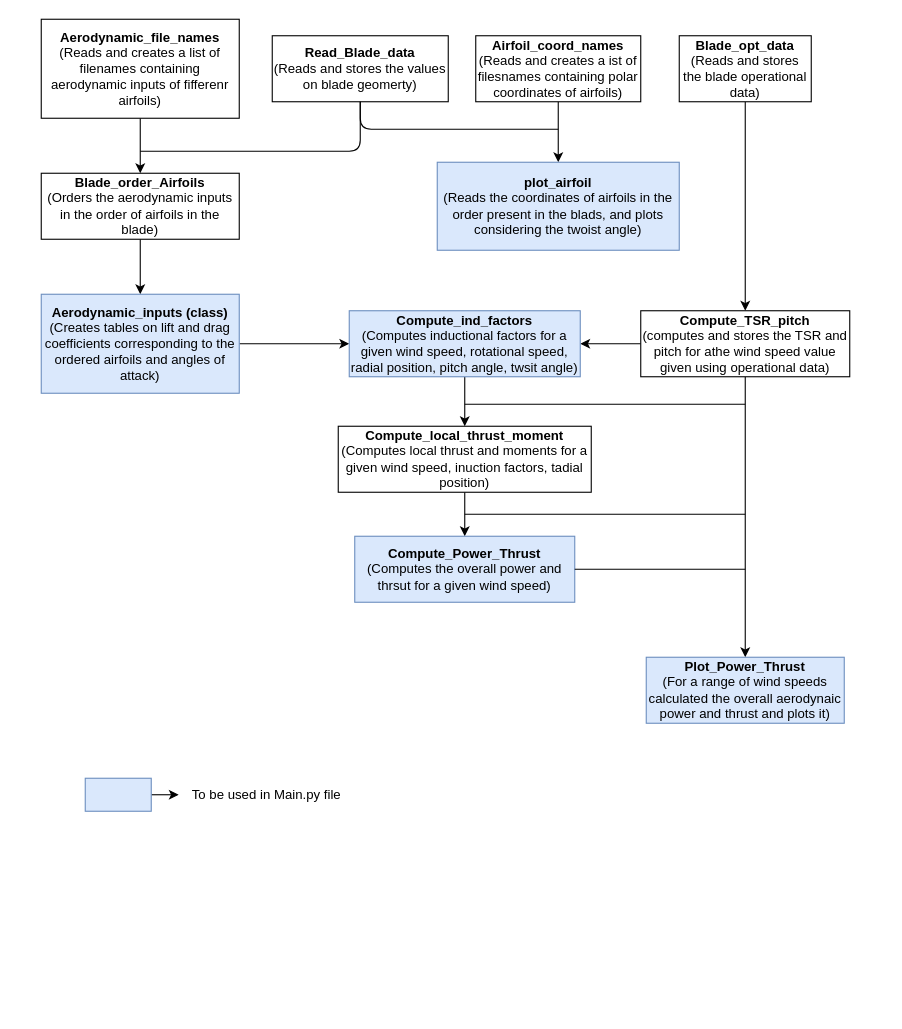
DTUWindEducation/final-project-lightning_mcteam keeps this draw.io diagram as Rough_draft.drawio. Above is the earlier version. Source tidied: cells renumbered, new cells numbered last; positions are measured from the earlier drawing's top-left corner, leaving out a move shared by most shapes. Both pictures are drawn from the tidied source at 110%, with x=0, y=0 at pixel (41, 19).
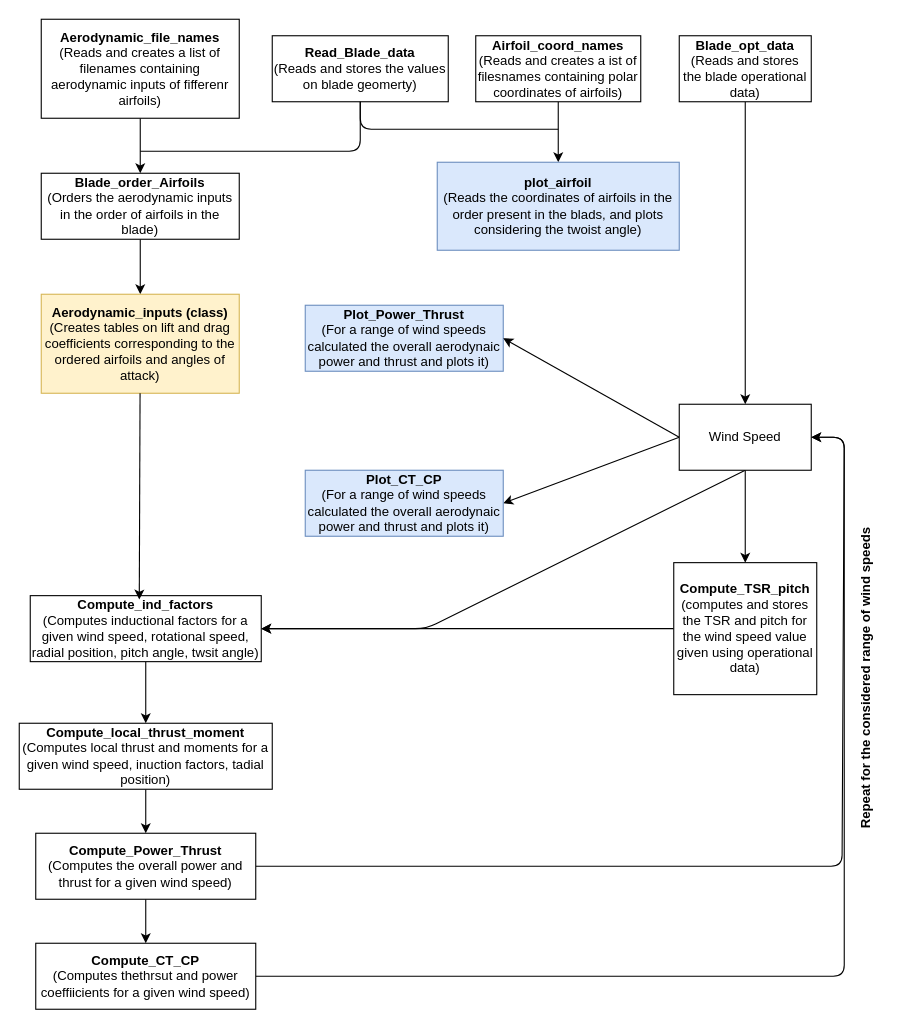
Above is the later version.

Commit message (it also covers changes not shown here):
Added functions, to calculate and plot power, thrust and their coefficients, changed the function for calculation of induction parameters, and changed the flowchart

The change refers to these unchanged cells:
```xml
<mxCell id="13" value="&lt;b&gt;Blade_opt_data&lt;/b&gt;&lt;div&gt;(Reads and stores the blade operational data)&lt;/div&gt;" style="rounded=0;whiteSpace=wrap;html=1;" parent="1" vertex="1">
  <mxGeometry x="580" y="15" width="120" height="60" as="geometry" />
</mxCell>
```

What changed in the source:
```diff
@@
-    <mxCell id="7" style="edgeStyle=none;html=1;exitX=1;exitY=0.5;exitDx=0;exitDy=0;entryX=0;entryY=0.5;entryDx=0;entryDy=0;" parent="1" edge="1" source="8" target="18">
-      <mxGeometry relative="1" as="geometry" />
-    </mxCell>
-    <mxCell id="8" value="&lt;b&gt;Aerodynamic_inputs (class)&lt;/b&gt;&lt;div&gt;(Creates tables on lift and drag coefficients corresponding to the ordered airfoils and angles of attack)&lt;/div&gt;" style="rounded=0;whiteSpace=wrap;html=1;fillColor=#dae8fc;strokeColor=#6c8ebf;" parent="1" vertex="1">
+    <mxCell id="8" value="&lt;b&gt;Aerodynamic_inputs (class)&lt;/b&gt;&lt;div&gt;(Creates tables on lift and drag coefficients corresponding to the ordered airfoils and angles of attack)&lt;/div&gt;" style="rounded=0;whiteSpace=wrap;html=1;fillColor=#fff2cc;strokeColor=#d6b656;" parent="1" vertex="1">
       <mxGeometry y="250" width="180" height="90" as="geometry" />
     </mxCell>
@@
-    <mxCell id="12" style="edgeStyle=none;html=1;exitX=0.5;exitY=1;exitDx=0;exitDy=0;entryX=0.5;entryY=0;entryDx=0;entryDy=0;" parent="1" edge="1" source="13" target="16">
+    <mxCell id="12" style="edgeStyle=none;html=1;exitX=0.5;exitY=1;exitDx=0;exitDy=0;entryX=0.5;entryY=0;entryDx=0;entryDy=0;" parent="1" edge="1" source="37" target="16">
       <mxGeometry relative="1" as="geometry" />
     </mxCell>
+    <mxCell id="31" style="edgeStyle=none;html=1;entryX=0.5;entryY=0;entryDx=0;entryDy=0;" parent="1" edge="1" source="13" target="37">
+      <mxGeometry relative="1" as="geometry">
+        <Array as="points">
+          <mxPoint x="640" y="240" />
+        </Array>
+      </mxGeometry>
+    </mxCell>
@@
-    <mxCell id="15" style="edgeStyle=none;html=1;exitX=0.5;exitY=1;exitDx=0;exitDy=0;entryX=0.5;entryY=0;entryDx=0;entryDy=0;" parent="1" edge="1" source="16" target="22">
-      <mxGeometry relative="1" as="geometry" />
-    </mxCell>
-    <mxCell id="16" value="&lt;b&gt;Compute_TSR_pitch&lt;/b&gt;&lt;div&gt;(computes and stores the TSR and pitch for athe wind speed value given using operational data)&lt;/div&gt;" style="rounded=0;whiteSpace=wrap;html=1;" parent="1" vertex="1">
-      <mxGeometry x="545" y="265" width="190" height="60" as="geometry" />
+    <mxCell id="16" value="&lt;b&gt;Compute_TSR_pitch&lt;/b&gt;&lt;div&gt;(computes and stores the TSR and pitch for the wind speed value given using operational data)&lt;/div&gt;" style="rounded=0;whiteSpace=wrap;html=1;" parent="1" vertex="1">
+      <mxGeometry x="575" y="494" width="130" height="120" as="geometry" />
     </mxCell>
@@
-    <mxCell id="18" value="&lt;b&gt;Compute_ind_factors&lt;/b&gt;&lt;div&gt;(Computes inductional factors for a given wind speed, rotational speed, radial position, pitch angle, twsit angle)&lt;/div&gt;" style="rounded=0;whiteSpace=wrap;html=1;fillColor=#dae8fc;strokeColor=#6c8ebf;" parent="1" vertex="1">
-      <mxGeometry x="280" y="265" width="210" height="60" as="geometry" />
+    <mxCell id="18" value="&lt;b&gt;Compute_ind_factors&lt;/b&gt;&lt;div&gt;(Computes inductional factors for a given wind speed, rotational speed, radial position, pitch angle, twsit angle)&lt;/div&gt;" style="rounded=0;whiteSpace=wrap;html=1;" parent="1" vertex="1">
+      <mxGeometry x="-10" y="524" width="210" height="60" as="geometry" />
     </mxCell>
@@
     <mxCell id="20" value="&lt;b&gt;Compute_local_thrust_moment&lt;/b&gt;&lt;div&gt;(Computes local thrust and moments for a given wind speed, inuction factors, tadial position)&lt;/div&gt;" style="rounded=0;whiteSpace=wrap;html=1;" parent="1" vertex="1">
-      <mxGeometry x="270" y="370" width="230" height="60" as="geometry" />
+      <mxGeometry x="-20" y="640" width="230" height="60" as="geometry" />
     </mxCell>
+    <mxCell id="32" style="edgeStyle=none;html=1;exitX=1;exitY=0.5;exitDx=0;exitDy=0;entryX=1;entryY=0.5;entryDx=0;entryDy=0;" parent="1" edge="1" source="21" target="37">
+      <mxGeometry relative="1" as="geometry">
+        <Array as="points">
+          <mxPoint x="728" y="770" />
+          <mxPoint x="730" y="380" />
+        </Array>
+      </mxGeometry>
+    </mxCell>
+    <mxCell id="33" style="edgeStyle=none;html=1;exitX=0.5;exitY=1;exitDx=0;exitDy=0;" parent="1" edge="1" source="21" target="40">
+      <mxGeometry relative="1" as="geometry" />
+    </mxCell>
-    <mxCell id="21" value="&lt;b&gt;Compute_Power_Thrust&lt;/b&gt;&lt;br&gt;(Computes the overall power and thrsut for a given wind speed)" style="rounded=0;whiteSpace=wrap;html=1;fillColor=#dae8fc;strokeColor=#6c8ebf;" parent="1" vertex="1">
-      <mxGeometry x="285" y="470" width="200" height="60" as="geometry" />
+    <mxCell id="21" value="&lt;b&gt;Compute_Power_Thrust&lt;/b&gt;&lt;br&gt;(Computes the overall power and thrust for a given wind speed)" style="rounded=0;whiteSpace=wrap;html=1;" parent="1" vertex="1">
+      <mxGeometry x="-5" y="740" width="200" height="60" as="geometry" />
     </mxCell>
     <mxCell id="22" value="Plot_Power_Thrust&lt;div&gt;&lt;span style=&quot;font-weight: normal;&quot;&gt;(For a range of wind speeds calculated the overall aerodynaic power and thrust and plots it)&lt;/span&gt;&lt;/div&gt;" style="rounded=0;whiteSpace=wrap;html=1;fontStyle=1;fillColor=#dae8fc;strokeColor=#6c8ebf;" parent="1" vertex="1">
-      <mxGeometry x="550" y="580" width="180" height="60" as="geometry" />
+      <mxGeometry x="240" y="260" width="180" height="60" as="geometry" />
     </mxCell>
-    <mxCell id="23" style="endArrow=none;html=1;" parent="1" edge="1">
-      <mxGeometry relative="1" as="geometry">
-        <mxPoint x="385" y="350" as="sourcePoint" />
-        <mxPoint x="640" y="350" as="targetPoint" />
-      </mxGeometry>
-    </mxCell>
-    <mxCell id="24" style="endArrow=none;html=1;" parent="1" edge="1">
-      <mxGeometry relative="1" as="geometry">
-        <mxPoint x="385" y="450" as="sourcePoint" />
-        <mxPoint x="640" y="450" as="targetPoint" />
-      </mxGeometry>
-    </mxCell>
-    <mxCell id="25" style="endArrow=none;html=1;" parent="1" edge="1">
-      <mxGeometry relative="1" as="geometry">
-        <mxPoint x="485" y="500" as="sourcePoint" />
-        <mxPoint x="640" y="500" as="targetPoint" />
-      </mxGeometry>
-    </mxCell>
@@
-    <mxCell id="28" style="edgeStyle=none;html=1;" parent="1" edge="1" source="29" target="30">
-      <mxGeometry relative="1" as="geometry" />
-    </mxCell>
-    <mxCell id="29" style="rounded=0;whiteSpace=wrap;html=1;fillColor=#dae8fc;strokeColor=#6c8ebf;" parent="1" vertex="1">
-      <mxGeometry x="40" y="690" width="60" height="30" as="geometry" />
-    </mxCell>
-    <mxCell id="30" value="To be used in Main.py file" style="rounded=0;whiteSpace=wrap;html=1;dashed=1;dashPattern=1 4;strokeColor=none;" parent="1" vertex="1">
-      <mxGeometry x="125" y="675" width="160" height="60" as="geometry" />
-    </mxCell>
+    <mxCell id="34" style="edgeStyle=none;html=1;entryX=1;entryY=0.5;entryDx=0;entryDy=0;" parent="1" edge="1" target="18">
+      <mxGeometry relative="1" as="geometry">
+        <mxPoint x="640" y="410" as="sourcePoint" />
+        <Array as="points">
+          <mxPoint x="350" y="554" />
+        </Array>
+      </mxGeometry>
+    </mxCell>
+    <mxCell id="35" style="edgeStyle=none;html=1;exitX=0;exitY=0.5;exitDx=0;exitDy=0;entryX=1;entryY=0.5;entryDx=0;entryDy=0;" parent="1" edge="1" source="37" target="22">
+      <mxGeometry relative="1" as="geometry" />
+    </mxCell>
+    <mxCell id="36" style="edgeStyle=none;html=1;exitX=0;exitY=0.5;exitDx=0;exitDy=0;entryX=1;entryY=0.5;entryDx=0;entryDy=0;" parent="1" edge="1" source="37" target="38">
+      <mxGeometry relative="1" as="geometry" />
+    </mxCell>
+    <mxCell id="37" value="Wind Speed" style="rounded=0;whiteSpace=wrap;html=1;" parent="1" vertex="1">
+      <mxGeometry x="580" y="350" width="120" height="60" as="geometry" />
+    </mxCell>
+    <mxCell id="7" style="edgeStyle=none;html=1;entryX=0.472;entryY=0.059;entryDx=0;entryDy=0;entryPerimeter=0;" parent="1" edge="1" source="8" target="18">
+      <mxGeometry relative="1" as="geometry" />
+    </mxCell>
+    <mxCell id="38" value="Plot_CT_CP&lt;div&gt;&lt;span style=&quot;font-weight: normal;&quot;&gt;(For a range of wind speeds calculated the overall aerodynaic power and thrust and plots it)&lt;/span&gt;&lt;/div&gt;" style="rounded=0;whiteSpace=wrap;html=1;fontStyle=1;fillColor=#dae8fc;strokeColor=#6c8ebf;" parent="1" vertex="1">
+      <mxGeometry x="240" y="410" width="180" height="60" as="geometry" />
+    </mxCell>
+    <mxCell id="39" style="edgeStyle=none;html=1;entryX=1;entryY=0.5;entryDx=0;entryDy=0;" parent="1" edge="1" source="40" target="37">
+      <mxGeometry relative="1" as="geometry">
+        <Array as="points">
+          <mxPoint x="730" y="870" />
+          <mxPoint x="730" y="380" />
+        </Array>
+      </mxGeometry>
+    </mxCell>
+    <mxCell id="40" value="&lt;b&gt;Compute_CT_CP&lt;br&gt;&lt;/b&gt;(Computes thethrsut and power coeffiicients for a given wind speed)" style="rounded=0;whiteSpace=wrap;html=1;" parent="1" vertex="1">
+      <mxGeometry x="-5" y="840" width="200" height="60" as="geometry" />
+    </mxCell>
+    <mxCell id="41" value="Repeat for the considered range of wind speeds" style="text;html=1;align=center;verticalAlign=middle;whiteSpace=wrap;rounded=0;fontStyle=1;rotation=-90;" parent="1" vertex="1">
+      <mxGeometry x="590" y="584" width="320" height="30" as="geometry" />
+    </mxCell>
```
